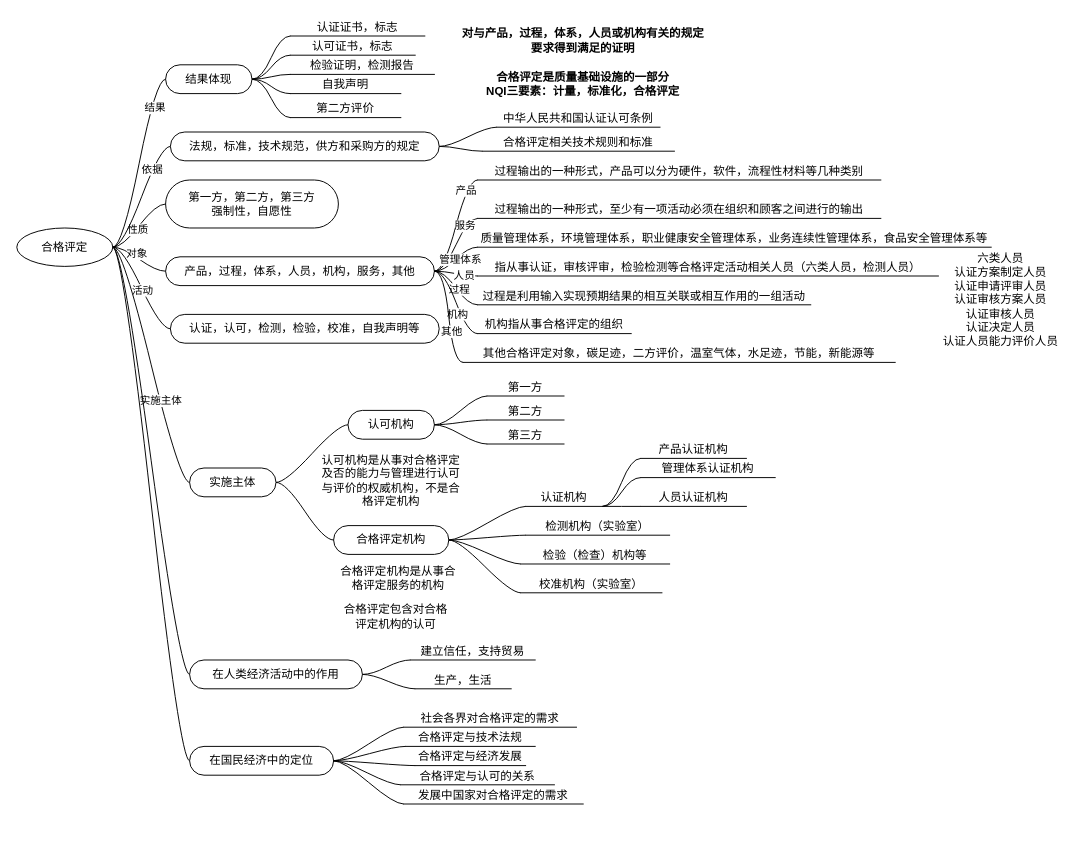
Above: 合格评定.drawio in f23505106/drawio (draw.io), before the change. Source tidied: cells renumbered, new cells numbered last; positions are measured from the earlier drawing's top-left corner, leaving out a move shared by most shapes. Both pictures are drawn from the tidied source at 96%, with x=0, y=0 at pixel (16, 16).
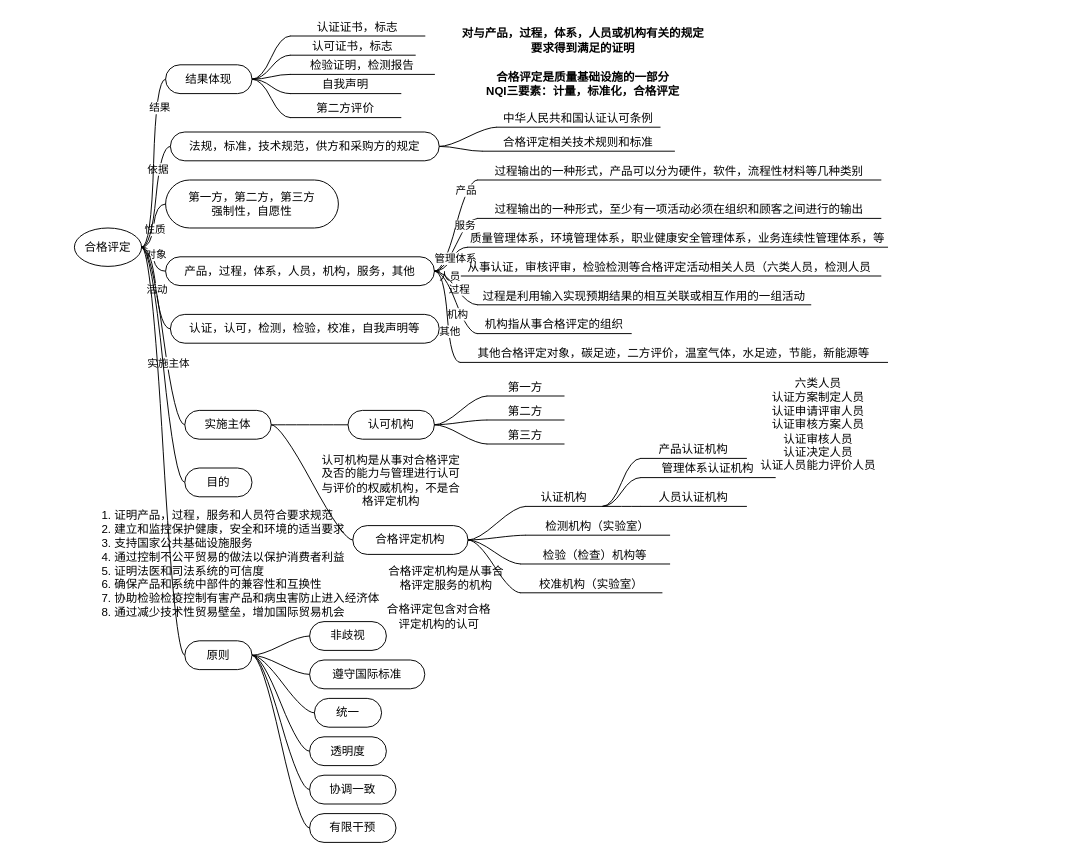
After the change.

The edit, as a diff of the source:
```diff
@@
     <mxCell id="2" value="合格评定" style="ellipse;whiteSpace=wrap;html=1;align=center;newEdgeStyle={&quot;edgeStyle&quot;:&quot;entityRelationEdgeStyle&quot;,&quot;startArrow&quot;:&quot;none&quot;,&quot;endArrow&quot;:&quot;none&quot;,&quot;segment&quot;:10,&quot;curved&quot;:1,&quot;sourcePerimeterSpacing&quot;:0,&quot;targetPerimeterSpacing&quot;:0};" parent="1" vertex="1">
-      <mxGeometry y="220" width="100" height="40" as="geometry" />
+      <mxGeometry x="60" y="220" width="70" height="40" as="geometry" />
     </mxCell>
@@
-    <mxCell id="16" value="质量管理体系，环境管理体系，职业健康安全管理体系，业务连续性管理体系，食品安全管理体系等" style="whiteSpace=wrap;html=1;shape=partialRectangle;top=0;left=0;bottom=1;right=0;points=[[0,1],[1,1]];fillColor=none;align=center;verticalAlign=bottom;routingCenterY=0.5;snapToPoint=1;newEdgeStyle={&quot;edgeStyle&quot;:&quot;entityRelationEdgeStyle&quot;,&quot;startArrow&quot;:&quot;none&quot;,&quot;endArrow&quot;:&quot;none&quot;,&quot;segment&quot;:10,&quot;curved&quot;:1,&quot;sourcePerimeterSpacing&quot;:0,&quot;targetPerimeterSpacing&quot;:0};" parent="1" vertex="1">
-      <mxGeometry x="480" y="210" width="535" height="30" as="geometry" />
+    <mxCell id="16" value="质量管理体系，环境管理体系，职业健康安全管理体系，业务连续性管理体系，等" style="whiteSpace=wrap;html=1;shape=partialRectangle;top=0;left=0;bottom=1;right=0;points=[[0,1],[1,1]];fillColor=none;align=center;verticalAlign=bottom;routingCenterY=0.5;snapToPoint=1;newEdgeStyle={&quot;edgeStyle&quot;:&quot;entityRelationEdgeStyle&quot;,&quot;startArrow&quot;:&quot;none&quot;,&quot;endArrow&quot;:&quot;none&quot;,&quot;segment&quot;:10,&quot;curved&quot;:1,&quot;sourcePerimeterSpacing&quot;:0,&quot;targetPerimeterSpacing&quot;:0};" parent="1" vertex="1">
+      <mxGeometry x="470" y="210" width="437" height="30" as="geometry" />
     </mxCell>
@@
-    <mxCell id="19" value="指从事认证，审核评审，检验检测等合格评定活动相关人员（六类人员，检测人员）" style="whiteSpace=wrap;html=1;shape=partialRectangle;top=0;left=0;bottom=1;right=0;points=[[0,1],[1,1]];fillColor=none;align=center;verticalAlign=bottom;routingCenterY=0.5;snapToPoint=1;newEdgeStyle={&quot;edgeStyle&quot;:&quot;entityRelationEdgeStyle&quot;,&quot;startArrow&quot;:&quot;none&quot;,&quot;endArrow&quot;:&quot;none&quot;,&quot;segment&quot;:10,&quot;curved&quot;:1,&quot;sourcePerimeterSpacing&quot;:0,&quot;targetPerimeterSpacing&quot;:0};" parent="1" vertex="1">
-      <mxGeometry x="480" y="240" width="480" height="30" as="geometry" />
+    <mxCell id="19" value="从事认证，审核评审，检验检测等合格评定活动相关人员（六类人员，检测人员" style="whiteSpace=wrap;html=1;shape=partialRectangle;top=0;left=0;bottom=1;right=0;points=[[0,1],[1,1]];fillColor=none;align=center;verticalAlign=bottom;routingCenterY=0.5;snapToPoint=1;newEdgeStyle={&quot;edgeStyle&quot;:&quot;entityRelationEdgeStyle&quot;,&quot;startArrow&quot;:&quot;none&quot;,&quot;endArrow&quot;:&quot;none&quot;,&quot;segment&quot;:10,&quot;curved&quot;:1,&quot;sourcePerimeterSpacing&quot;:0,&quot;targetPerimeterSpacing&quot;:0};" parent="1" vertex="1">
+      <mxGeometry x="460" y="240" width="440" height="30" as="geometry" />
     </mxCell>
@@
     <mxCell id="28" value="其他合格评定对象，碳足迹，二方评价，温室气体，水足迹，节能，新能源等" style="whiteSpace=wrap;html=1;shape=partialRectangle;top=0;left=0;bottom=1;right=0;points=[[0,1],[1,1]];fillColor=none;align=center;verticalAlign=bottom;routingCenterY=0.5;snapToPoint=1;newEdgeStyle={&quot;edgeStyle&quot;:&quot;entityRelationEdgeStyle&quot;,&quot;startArrow&quot;:&quot;none&quot;,&quot;endArrow&quot;:&quot;none&quot;,&quot;segment&quot;:10,&quot;curved&quot;:1,&quot;sourcePerimeterSpacing&quot;:0,&quot;targetPerimeterSpacing&quot;:0};" parent="1" vertex="1">
-      <mxGeometry x="465" y="330" width="450" height="30" as="geometry" />
+      <mxGeometry x="462" y="330" width="445" height="30" as="geometry" />
     </mxCell>
@@
     <mxCell id="34" value="实施主体" style="whiteSpace=wrap;html=1;rounded=1;arcSize=50;align=center;verticalAlign=middle;strokeWidth=1;spacing=4;newEdgeStyle={&quot;edgeStyle&quot;:&quot;entityRelationEdgeStyle&quot;,&quot;startArrow&quot;:&quot;none&quot;,&quot;endArrow&quot;:&quot;none&quot;,&quot;segment&quot;:10,&quot;curved&quot;:1,&quot;sourcePerimeterSpacing&quot;:0,&quot;targetPerimeterSpacing&quot;:0};" parent="1" vertex="1">
-      <mxGeometry x="180" y="470" width="90" height="30" as="geometry" />
+      <mxGeometry x="175" y="410" width="90" height="30" as="geometry" />
     </mxCell>
@@
     <mxCell id="59" value="合格评定机构" style="whiteSpace=wrap;html=1;rounded=1;arcSize=50;align=center;verticalAlign=middle;strokeWidth=1;spacing=4;newEdgeStyle={&quot;edgeStyle&quot;:&quot;entityRelationEdgeStyle&quot;,&quot;startArrow&quot;:&quot;none&quot;,&quot;endArrow&quot;:&quot;none&quot;,&quot;segment&quot;:10,&quot;curved&quot;:1,&quot;sourcePerimeterSpacing&quot;:0,&quot;targetPerimeterSpacing&quot;:0};" parent="1" vertex="1">
-      <mxGeometry x="330" y="530" width="120" height="30" as="geometry" />
+      <mxGeometry x="350" y="530" width="120" height="30" as="geometry" />
     </mxCell>
@@
     <mxCell id="71" value="合格评定机构是从事合格评定服务的机构" style="text;html=1;strokeColor=none;fillColor=none;align=center;verticalAlign=middle;whiteSpace=wrap;rounded=0;" parent="1" vertex="1">
-      <mxGeometry x="335" y="570" width="125" height="30" as="geometry" />
+      <mxGeometry x="385" y="570" width="125" height="30" as="geometry" />
     </mxCell>
@@
     <mxCell id="80" value="合格评定包含对合格评定机构的认可" style="text;html=1;strokeColor=none;fillColor=none;align=center;verticalAlign=middle;whiteSpace=wrap;rounded=0;" parent="1" vertex="1">
-      <mxGeometry x="335" y="610" width="120" height="30" as="geometry" />
+      <mxGeometry x="380" y="610" width="120" height="30" as="geometry" />
     </mxCell>
     <mxCell id="81" value="六类人员&lt;br&gt;认证方案制定人员&lt;br&gt;认证申请评审人员&lt;br&gt;认证审核方案人员&lt;br&gt;认证审核人员&lt;br&gt;认证决定人员&lt;br&gt;认证人员能力评价人员" style="text;html=1;strokeColor=none;fillColor=none;align=center;verticalAlign=middle;whiteSpace=wrap;rounded=0;" parent="1" vertex="1">
-      <mxGeometry x="960" y="250" width="130" height="90" as="geometry" />
+      <mxGeometry x="770" y="380" width="130" height="90" as="geometry" />
     </mxCell>
@@
-    <mxCell id="86" value="在人类经济活动中的作用" style="whiteSpace=wrap;html=1;rounded=1;arcSize=50;align=center;verticalAlign=middle;strokeWidth=1;spacing=4;newEdgeStyle={&quot;edgeStyle&quot;:&quot;entityRelationEdgeStyle&quot;,&quot;startArrow&quot;:&quot;none&quot;,&quot;endArrow&quot;:&quot;none&quot;,&quot;segment&quot;:10,&quot;curved&quot;:1,&quot;sourcePerimeterSpacing&quot;:0,&quot;targetPerimeterSpacing&quot;:0};" parent="1" vertex="1">
-      <mxGeometry x="180" y="670" width="180" height="30" as="geometry" />
-    </mxCell>
-    <mxCell id="87" style="edgeStyle=entityRelationEdgeStyle;startArrow=none;endArrow=none;segment=10;curved=1;sourcePerimeterSpacing=0;targetPerimeterSpacing=0;rounded=0;exitX=1;exitY=0.5;exitDx=0;exitDy=0;" parent="1" edge="1" source="2" target="86">
-      <mxGeometry relative="1" as="geometry" />
-    </mxCell>
-    <mxCell id="88" value="建立信任，支持贸易" style="whiteSpace=wrap;html=1;shape=partialRectangle;top=0;left=0;bottom=1;right=0;points=[[0,1],[1,1]];fillColor=none;align=center;verticalAlign=bottom;routingCenterY=0.5;snapToPoint=1;newEdgeStyle={&quot;edgeStyle&quot;:&quot;entityRelationEdgeStyle&quot;,&quot;startArrow&quot;:&quot;none&quot;,&quot;endArrow&quot;:&quot;none&quot;,&quot;segment&quot;:10,&quot;curved&quot;:1,&quot;sourcePerimeterSpacing&quot;:0,&quot;targetPerimeterSpacing&quot;:0};" parent="1" vertex="1">
-      <mxGeometry x="410" y="640" width="130" height="30" as="geometry" />
-    </mxCell>
-    <mxCell id="89" style="edgeStyle=entityRelationEdgeStyle;startArrow=none;endArrow=none;segment=10;curved=1;sourcePerimeterSpacing=0;targetPerimeterSpacing=0;rounded=0;exitX=1;exitY=0.5;exitDx=0;exitDy=0;" parent="1" edge="1" source="86" target="88">
-      <mxGeometry relative="1" as="geometry" />
-    </mxCell>
-    <mxCell id="90" value="生产，生活" style="whiteSpace=wrap;html=1;shape=partialRectangle;top=0;left=0;bottom=1;right=0;points=[[0,1],[1,1]];fillColor=none;align=center;verticalAlign=bottom;routingCenterY=0.5;snapToPoint=1;newEdgeStyle={&quot;edgeStyle&quot;:&quot;entityRelationEdgeStyle&quot;,&quot;startArrow&quot;:&quot;none&quot;,&quot;endArrow&quot;:&quot;none&quot;,&quot;segment&quot;:10,&quot;curved&quot;:1,&quot;sourcePerimeterSpacing&quot;:0,&quot;targetPerimeterSpacing&quot;:0};" parent="1" vertex="1">
-      <mxGeometry x="415" y="670" width="100" height="30" as="geometry" />
-    </mxCell>
-    <mxCell id="91" style="edgeStyle=entityRelationEdgeStyle;startArrow=none;endArrow=none;segment=10;curved=1;sourcePerimeterSpacing=0;targetPerimeterSpacing=0;rounded=0;exitX=1;exitY=0.5;exitDx=0;exitDy=0;" parent="1" edge="1" source="86" target="90">
-      <mxGeometry relative="1" as="geometry" />
-    </mxCell>
-    <mxCell id="92" value="在国民经济中的定位" style="whiteSpace=wrap;html=1;rounded=1;arcSize=50;align=center;verticalAlign=middle;strokeWidth=1;spacing=4;newEdgeStyle={&quot;edgeStyle&quot;:&quot;entityRelationEdgeStyle&quot;,&quot;startArrow&quot;:&quot;none&quot;,&quot;endArrow&quot;:&quot;none&quot;,&quot;segment&quot;:10,&quot;curved&quot;:1,&quot;sourcePerimeterSpacing&quot;:0,&quot;targetPerimeterSpacing&quot;:0};" parent="1" vertex="1">
-      <mxGeometry x="180" y="760" width="150" height="30" as="geometry" />
-    </mxCell>
-    <mxCell id="93" style="edgeStyle=entityRelationEdgeStyle;startArrow=none;endArrow=none;segment=10;curved=1;sourcePerimeterSpacing=0;targetPerimeterSpacing=0;rounded=0;exitX=1;exitY=0.5;exitDx=0;exitDy=0;" parent="1" edge="1" source="2" target="92">
-      <mxGeometry relative="1" as="geometry" />
-    </mxCell>
-    <mxCell id="94" value="社会各界对合格评定的需求" style="whiteSpace=wrap;html=1;shape=partialRectangle;top=0;left=0;bottom=1;right=0;points=[[0,1],[1,1]];fillColor=none;align=center;verticalAlign=bottom;routingCenterY=0.5;snapToPoint=1;newEdgeStyle={&quot;edgeStyle&quot;:&quot;entityRelationEdgeStyle&quot;,&quot;startArrow&quot;:&quot;none&quot;,&quot;endArrow&quot;:&quot;none&quot;,&quot;segment&quot;:10,&quot;curved&quot;:1,&quot;sourcePerimeterSpacing&quot;:0,&quot;targetPerimeterSpacing&quot;:0};" parent="1" vertex="1">
-      <mxGeometry x="403" y="710" width="180" height="30" as="geometry" />
-    </mxCell>
-    <mxCell id="95" style="edgeStyle=entityRelationEdgeStyle;startArrow=none;endArrow=none;segment=10;curved=1;sourcePerimeterSpacing=0;targetPerimeterSpacing=0;rounded=0;exitX=1;exitY=0.5;exitDx=0;exitDy=0;" parent="1" edge="1" source="92" target="94">
-      <mxGeometry relative="1" as="geometry" />
-    </mxCell>
-    <mxCell id="96" value="合格评定与技术法规" style="whiteSpace=wrap;html=1;shape=partialRectangle;top=0;left=0;bottom=1;right=0;points=[[0,1],[1,1]];fillColor=none;align=center;verticalAlign=bottom;routingCenterY=0.5;snapToPoint=1;newEdgeStyle={&quot;edgeStyle&quot;:&quot;entityRelationEdgeStyle&quot;,&quot;startArrow&quot;:&quot;none&quot;,&quot;endArrow&quot;:&quot;none&quot;,&quot;segment&quot;:10,&quot;curved&quot;:1,&quot;sourcePerimeterSpacing&quot;:0,&quot;targetPerimeterSpacing&quot;:0};" parent="1" vertex="1">
-      <mxGeometry x="405" y="730" width="135" height="30" as="geometry" />
-    </mxCell>
-    <mxCell id="97" style="edgeStyle=entityRelationEdgeStyle;startArrow=none;endArrow=none;segment=10;curved=1;sourcePerimeterSpacing=0;targetPerimeterSpacing=0;rounded=0;exitX=1;exitY=0.5;exitDx=0;exitDy=0;" parent="1" edge="1" source="92" target="96">
-      <mxGeometry relative="1" as="geometry" />
-    </mxCell>
-    <mxCell id="98" value="合格评定与经济发展" style="whiteSpace=wrap;html=1;shape=partialRectangle;top=0;left=0;bottom=1;right=0;points=[[0,1],[1,1]];fillColor=none;align=center;verticalAlign=bottom;routingCenterY=0.5;snapToPoint=1;newEdgeStyle={&quot;edgeStyle&quot;:&quot;entityRelationEdgeStyle&quot;,&quot;startArrow&quot;:&quot;none&quot;,&quot;endArrow&quot;:&quot;none&quot;,&quot;segment&quot;:10,&quot;curved&quot;:1,&quot;sourcePerimeterSpacing&quot;:0,&quot;targetPerimeterSpacing&quot;:0};" parent="1" vertex="1">
-      <mxGeometry x="415" y="750" width="115" height="30" as="geometry" />
-    </mxCell>
-    <mxCell id="99" style="edgeStyle=entityRelationEdgeStyle;startArrow=none;endArrow=none;segment=10;curved=1;sourcePerimeterSpacing=0;targetPerimeterSpacing=0;rounded=0;exitX=1;exitY=0.5;exitDx=0;exitDy=0;" parent="1" edge="1" source="92" target="98">
-      <mxGeometry relative="1" as="geometry" />
-    </mxCell>
-    <mxCell id="100" value="合格评定与认可的关系" style="whiteSpace=wrap;html=1;shape=partialRectangle;top=0;left=0;bottom=1;right=0;points=[[0,1],[1,1]];fillColor=none;align=center;verticalAlign=bottom;routingCenterY=0.5;snapToPoint=1;newEdgeStyle={&quot;edgeStyle&quot;:&quot;entityRelationEdgeStyle&quot;,&quot;startArrow&quot;:&quot;none&quot;,&quot;endArrow&quot;:&quot;none&quot;,&quot;segment&quot;:10,&quot;curved&quot;:1,&quot;sourcePerimeterSpacing&quot;:0,&quot;targetPerimeterSpacing&quot;:0};" parent="1" vertex="1">
-      <mxGeometry x="400" y="770" width="160" height="30" as="geometry" />
-    </mxCell>
-    <mxCell id="101" style="edgeStyle=entityRelationEdgeStyle;startArrow=none;endArrow=none;segment=10;curved=1;sourcePerimeterSpacing=0;targetPerimeterSpacing=0;rounded=0;exitX=1;exitY=0.5;exitDx=0;exitDy=0;" parent="1" edge="1" source="92" target="100">
-      <mxGeometry relative="1" as="geometry" />
-    </mxCell>
-    <mxCell id="102" value="发展中国家对合格评定的需求" style="whiteSpace=wrap;html=1;shape=partialRectangle;top=0;left=0;bottom=1;right=0;points=[[0,1],[1,1]];fillColor=none;align=center;verticalAlign=bottom;routingCenterY=0.5;snapToPoint=1;newEdgeStyle={&quot;edgeStyle&quot;:&quot;entityRelationEdgeStyle&quot;,&quot;startArrow&quot;:&quot;none&quot;,&quot;endArrow&quot;:&quot;none&quot;,&quot;segment&quot;:10,&quot;curved&quot;:1,&quot;sourcePerimeterSpacing&quot;:0,&quot;targetPerimeterSpacing&quot;:0};" parent="1" vertex="1">
-      <mxGeometry x="403" y="790" width="187" height="30" as="geometry" />
-    </mxCell>
-    <mxCell id="103" style="edgeStyle=entityRelationEdgeStyle;startArrow=none;endArrow=none;segment=10;curved=1;sourcePerimeterSpacing=0;targetPerimeterSpacing=0;rounded=0;exitX=1;exitY=0.5;exitDx=0;exitDy=0;" parent="1" edge="1" source="92" target="102">
-      <mxGeometry relative="1" as="geometry" />
-    </mxCell>
+    <mxCell id="104" value="目的" style="whiteSpace=wrap;html=1;rounded=1;arcSize=50;align=center;verticalAlign=middle;strokeWidth=1;spacing=4;newEdgeStyle={&quot;edgeStyle&quot;:&quot;entityRelationEdgeStyle&quot;,&quot;startArrow&quot;:&quot;none&quot;,&quot;endArrow&quot;:&quot;none&quot;,&quot;segment&quot;:10,&quot;curved&quot;:1,&quot;sourcePerimeterSpacing&quot;:0,&quot;targetPerimeterSpacing&quot;:0};" parent="1" vertex="1">
+      <mxGeometry x="175" y="470" width="70" height="30" as="geometry" />
+    </mxCell>
+    <mxCell id="105" style="edgeStyle=entityRelationEdgeStyle;startArrow=none;endArrow=none;segment=10;curved=1;sourcePerimeterSpacing=0;targetPerimeterSpacing=0;rounded=0;exitX=1;exitY=0.5;exitDx=0;exitDy=0;" parent="1" edge="1" source="2" target="104">
+      <mxGeometry relative="1" as="geometry" />
+    </mxCell>
+    <mxCell id="106" value="&lt;ol&gt;&lt;li&gt;证明产品，过程，服务和人员符合要求规范&lt;/li&gt;&lt;li&gt;建立和监控保护健康，安全和环境的适当要求&lt;/li&gt;&lt;li&gt;支持国家公共基础设施服务&lt;/li&gt;&lt;li&gt;通过控制不公平贸易的做法以保护消费者利益&lt;/li&gt;&lt;li&gt;证明法医和司法系统的可信度&lt;/li&gt;&lt;li&gt;确保产品和系统中部件的兼容性和互换性&lt;/li&gt;&lt;li&gt;协助检验检疫控制有害产品和病虫害防止进入经济体&lt;/li&gt;&lt;li&gt;通过减少技术性贸易壁垒，增加国际贸易机会&lt;/li&gt;&lt;/ol&gt;" style="text;html=1;strokeColor=none;fillColor=none;align=left;verticalAlign=middle;whiteSpace=wrap;rounded=0;" parent="1" vertex="1">
+      <mxGeometry x="60" y="510" width="325" height="120" as="geometry" />
+    </mxCell>
+    <mxCell id="107" value="原则" style="whiteSpace=wrap;html=1;rounded=1;arcSize=50;align=center;verticalAlign=middle;strokeWidth=1;spacing=4;newEdgeStyle={&quot;edgeStyle&quot;:&quot;entityRelationEdgeStyle&quot;,&quot;startArrow&quot;:&quot;none&quot;,&quot;endArrow&quot;:&quot;none&quot;,&quot;segment&quot;:10,&quot;curved&quot;:1,&quot;sourcePerimeterSpacing&quot;:0,&quot;targetPerimeterSpacing&quot;:0};" parent="1" vertex="1">
+      <mxGeometry x="175" y="650" width="70" height="30" as="geometry" />
+    </mxCell>
+    <mxCell id="108" style="edgeStyle=entityRelationEdgeStyle;startArrow=none;endArrow=none;segment=10;curved=1;sourcePerimeterSpacing=0;targetPerimeterSpacing=0;rounded=0;exitX=1;exitY=0.5;exitDx=0;exitDy=0;" parent="1" edge="1" source="2" target="107">
+      <mxGeometry relative="1" as="geometry" />
+    </mxCell>
+    <mxCell id="109" value="非歧视" style="whiteSpace=wrap;html=1;rounded=1;arcSize=50;align=center;verticalAlign=middle;strokeWidth=1;spacing=4;newEdgeStyle={&quot;edgeStyle&quot;:&quot;entityRelationEdgeStyle&quot;,&quot;startArrow&quot;:&quot;none&quot;,&quot;endArrow&quot;:&quot;none&quot;,&quot;segment&quot;:10,&quot;curved&quot;:1,&quot;sourcePerimeterSpacing&quot;:0,&quot;targetPerimeterSpacing&quot;:0};" parent="1" vertex="1">
+      <mxGeometry x="305" y="630" width="80" height="30" as="geometry" />
+    </mxCell>
+    <mxCell id="110" style="edgeStyle=entityRelationEdgeStyle;startArrow=none;endArrow=none;segment=10;curved=1;sourcePerimeterSpacing=0;targetPerimeterSpacing=0;rounded=0;exitX=1;exitY=0.5;exitDx=0;exitDy=0;" parent="1" edge="1" source="107" target="109">
+      <mxGeometry relative="1" as="geometry" />
+    </mxCell>
+    <mxCell id="111" value="遵守国际标准" style="whiteSpace=wrap;html=1;rounded=1;arcSize=50;align=center;verticalAlign=middle;strokeWidth=1;spacing=4;newEdgeStyle={&quot;edgeStyle&quot;:&quot;entityRelationEdgeStyle&quot;,&quot;startArrow&quot;:&quot;none&quot;,&quot;endArrow&quot;:&quot;none&quot;,&quot;segment&quot;:10,&quot;curved&quot;:1,&quot;sourcePerimeterSpacing&quot;:0,&quot;targetPerimeterSpacing&quot;:0};" parent="1" vertex="1">
+      <mxGeometry x="305" y="670" width="120" height="30" as="geometry" />
+    </mxCell>
+    <mxCell id="112" style="edgeStyle=entityRelationEdgeStyle;startArrow=none;endArrow=none;segment=10;curved=1;sourcePerimeterSpacing=0;targetPerimeterSpacing=0;rounded=0;exitX=1;exitY=0.5;exitDx=0;exitDy=0;" parent="1" edge="1" source="107" target="111">
+      <mxGeometry relative="1" as="geometry" />
+    </mxCell>
+    <mxCell id="113" value="统一" style="whiteSpace=wrap;html=1;rounded=1;arcSize=50;align=center;verticalAlign=middle;strokeWidth=1;spacing=4;newEdgeStyle={&quot;edgeStyle&quot;:&quot;entityRelationEdgeStyle&quot;,&quot;startArrow&quot;:&quot;none&quot;,&quot;endArrow&quot;:&quot;none&quot;,&quot;segment&quot;:10,&quot;curved&quot;:1,&quot;sourcePerimeterSpacing&quot;:0,&quot;targetPerimeterSpacing&quot;:0};" parent="1" vertex="1">
+      <mxGeometry x="310" y="710" width="70" height="30" as="geometry" />
+    </mxCell>
+    <mxCell id="114" style="edgeStyle=entityRelationEdgeStyle;startArrow=none;endArrow=none;segment=10;curved=1;sourcePerimeterSpacing=0;targetPerimeterSpacing=0;rounded=0;exitX=1;exitY=0.5;exitDx=0;exitDy=0;" parent="1" edge="1" source="107" target="113">
+      <mxGeometry relative="1" as="geometry" />
+    </mxCell>
+    <mxCell id="115" value="透明度" style="whiteSpace=wrap;html=1;rounded=1;arcSize=50;align=center;verticalAlign=middle;strokeWidth=1;spacing=4;newEdgeStyle={&quot;edgeStyle&quot;:&quot;entityRelationEdgeStyle&quot;,&quot;startArrow&quot;:&quot;none&quot;,&quot;endArrow&quot;:&quot;none&quot;,&quot;segment&quot;:10,&quot;curved&quot;:1,&quot;sourcePerimeterSpacing&quot;:0,&quot;targetPerimeterSpacing&quot;:0};" parent="1" vertex="1">
+      <mxGeometry x="305" y="750" width="80" height="30" as="geometry" />
+    </mxCell>
+    <mxCell id="116" style="edgeStyle=entityRelationEdgeStyle;startArrow=none;endArrow=none;segment=10;curved=1;sourcePerimeterSpacing=0;targetPerimeterSpacing=0;rounded=0;exitX=1;exitY=0.5;exitDx=0;exitDy=0;" parent="1" edge="1" source="107" target="115">
+      <mxGeometry relative="1" as="geometry" />
+    </mxCell>
+    <mxCell id="117" value="协调一致" style="whiteSpace=wrap;html=1;rounded=1;arcSize=50;align=center;verticalAlign=middle;strokeWidth=1;spacing=4;newEdgeStyle={&quot;edgeStyle&quot;:&quot;entityRelationEdgeStyle&quot;,&quot;startArrow&quot;:&quot;none&quot;,&quot;endArrow&quot;:&quot;none&quot;,&quot;segment&quot;:10,&quot;curved&quot;:1,&quot;sourcePerimeterSpacing&quot;:0,&quot;targetPerimeterSpacing&quot;:0};" parent="1" vertex="1">
+      <mxGeometry x="305" y="790" width="90" height="30" as="geometry" />
+    </mxCell>
+    <mxCell id="118" style="edgeStyle=entityRelationEdgeStyle;startArrow=none;endArrow=none;segment=10;curved=1;sourcePerimeterSpacing=0;targetPerimeterSpacing=0;rounded=0;exitX=1;exitY=0.5;exitDx=0;exitDy=0;" parent="1" edge="1" source="107" target="117">
+      <mxGeometry relative="1" as="geometry" />
+    </mxCell>
+    <mxCell id="119" value="有限干预" style="whiteSpace=wrap;html=1;rounded=1;arcSize=50;align=center;verticalAlign=middle;strokeWidth=1;spacing=4;newEdgeStyle={&quot;edgeStyle&quot;:&quot;entityRelationEdgeStyle&quot;,&quot;startArrow&quot;:&quot;none&quot;,&quot;endArrow&quot;:&quot;none&quot;,&quot;segment&quot;:10,&quot;curved&quot;:1,&quot;sourcePerimeterSpacing&quot;:0,&quot;targetPerimeterSpacing&quot;:0};" parent="1" vertex="1">
+      <mxGeometry x="305" y="830" width="90" height="30" as="geometry" />
+    </mxCell>
+    <mxCell id="120" style="edgeStyle=entityRelationEdgeStyle;startArrow=none;endArrow=none;segment=10;curved=1;sourcePerimeterSpacing=0;targetPerimeterSpacing=0;rounded=0;exitX=1;exitY=0.5;exitDx=0;exitDy=0;" parent="1" edge="1" source="107" target="119">
+      <mxGeometry relative="1" as="geometry" />
+    </mxCell>
```
